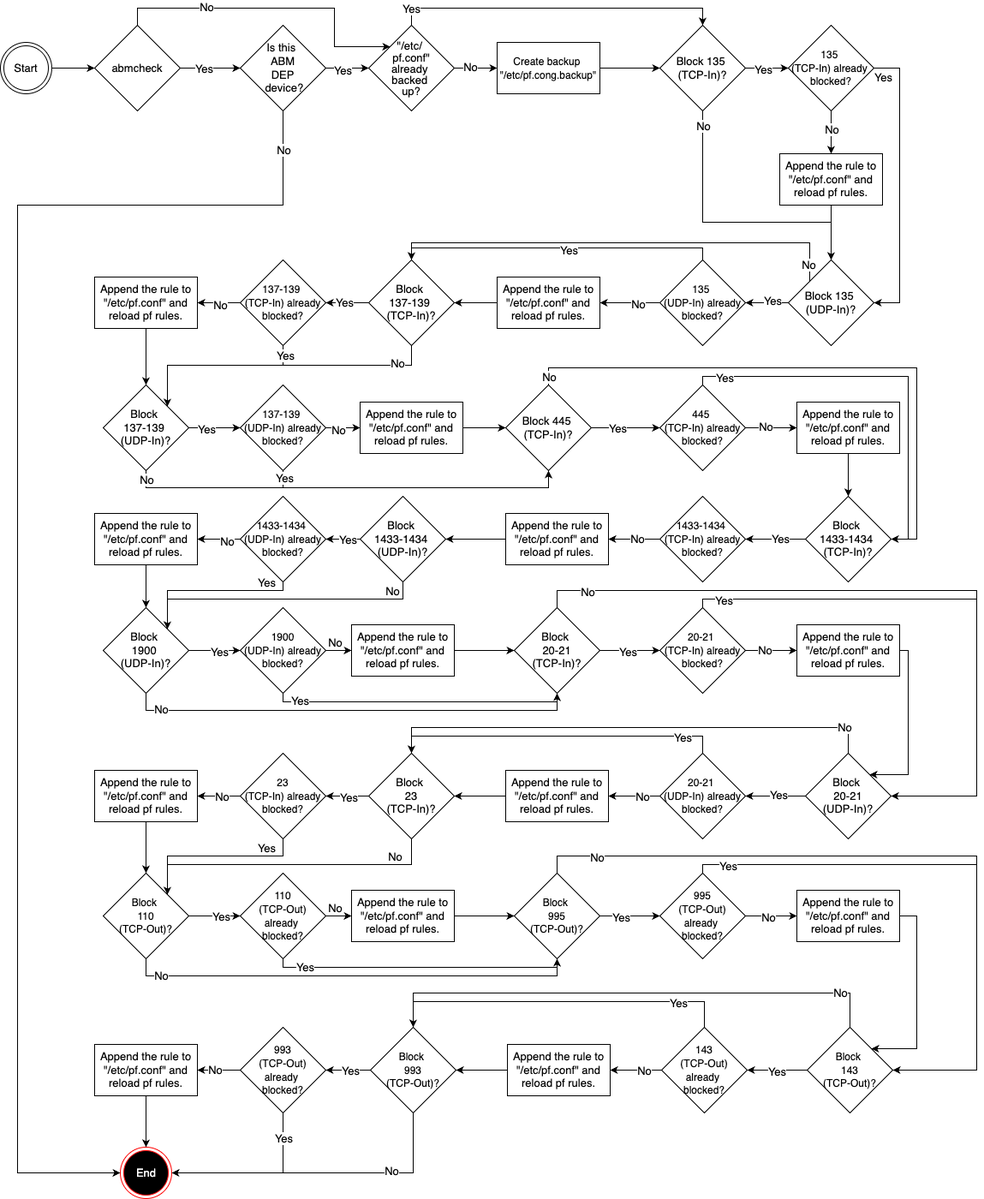
Before: macOS/Config/Firewall/Block Selected Port Numbers from macOS Firewall/Diagram.png, a diagram exported from draw.io (microsoft/shell-intune-samples). Source tidied: cells renumbered, new cells last; positions are measured from the earlier drawing's top-left corner, leaving out a move shared by most shapes.
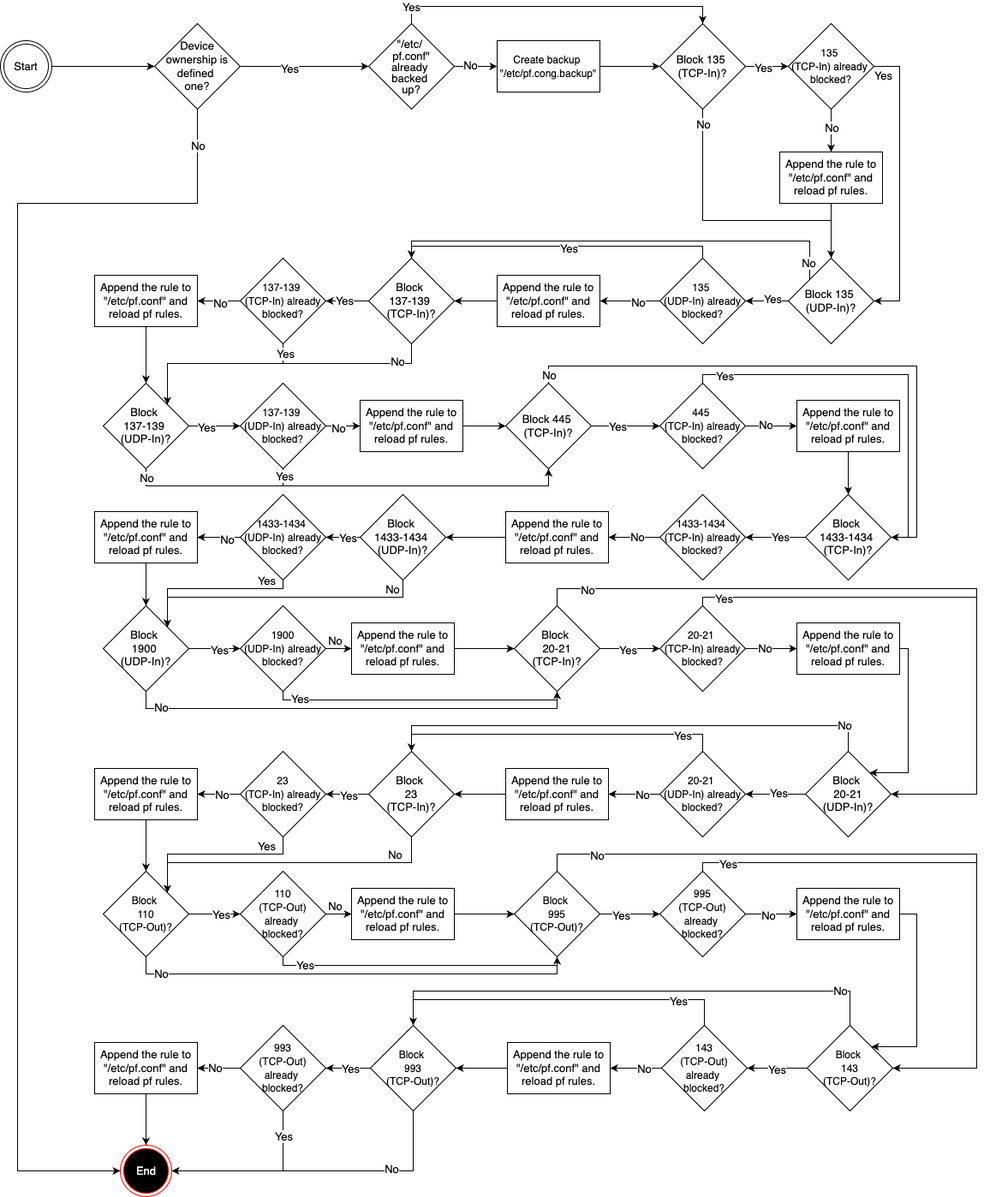
After the commit.

Diff of the diagram source:
```diff
@@ -2,7 +2,7 @@
   <root>
     <mxCell id="0" />
     <mxCell id="1" parent="0" />
-    <mxCell id="2" style="edgeStyle=none;html=1;exitX=1;exitY=0.5;exitDx=0;exitDy=0;entryX=0;entryY=0.5;entryDx=0;entryDy=0;" parent="1" edge="1" source="3" target="197">
+    <mxCell id="2" style="edgeStyle=none;html=1;exitX=1;exitY=0.5;exitDx=0;exitDy=0;entryX=0;entryY=0.5;entryDx=0;entryDy=0;" parent="1" edge="1" source="3" target="192">
       <mxGeometry relative="1" as="geometry" />
     </mxCell>
     <mxCell id="3" value="&lt;font style=&quot;color: rgb(0, 0, 0);&quot;&gt;Start&lt;/font&gt;" style="ellipse;shape=doubleEllipse;html=1;dashed=0;whiteSpace=wrap;fontSize=13;fontColor=#000000;" parent="1" vertex="1">
@@ -704,7 +704,7 @@
     <mxCell id="190" style="edgeStyle=orthogonalEdgeStyle;html=1;exitX=0.5;exitY=1;exitDx=0;exitDy=0;entryX=0;entryY=0.5;entryDx=0;entryDy=0;strokeWidth=1;rounded=0;curved=0;" parent="1" edge="1" source="192" target="139">
       <mxGeometry relative="1" as="geometry">
         <Array as="points">
-          <mxPoint x="330" y="230" />
+          <mxPoint x="230" y="230" />
           <mxPoint x="20" y="230" />
           <mxPoint x="20" y="1360" />
         </Array>
@@ -715,29 +715,8 @@
         <mxPoint x="4" as="offset" />
       </mxGeometry>
     </mxCell>
-    <mxCell id="192" value="&lt;font style=&quot;color: rgb(0, 0, 0);&quot;&gt;Is this&amp;nbsp;&lt;/font&gt;&lt;div&gt;&lt;font style=&quot;color: rgb(0, 0, 0);&quot;&gt;ABM&lt;/font&gt;&lt;div&gt;&lt;font style=&quot;color: rgb(0, 0, 0);&quot;&gt;DEP&lt;/font&gt;&lt;/div&gt;&lt;div&gt;&lt;font style=&quot;color: rgb(0, 0, 0);&quot;&gt;&amp;nbsp;device?&lt;/font&gt;&lt;/div&gt;&lt;/div&gt;" style="rhombus;whiteSpace=wrap;html=1;fontSize=13;fontColor=#000000;align=center;" parent="1" vertex="1">
-      <mxGeometry x="280" y="20" width="100" height="100" as="geometry" />
+    <mxCell id="192" value="Device ownership is defined&amp;nbsp;&lt;div&gt;one?&lt;/div&gt;" style="rhombus;whiteSpace=wrap;html=1;fontSize=13;fontColor=#000000;align=center;" parent="1" vertex="1">
+      <mxGeometry x="180" y="20" width="100" height="100" as="geometry" />
     </mxCell>
-    <mxCell id="193" style="edgeStyle=none;html=1;exitX=1;exitY=0.5;exitDx=0;exitDy=0;entryX=0;entryY=0.5;entryDx=0;entryDy=0;" parent="1" edge="1" source="197" target="192">
-      <mxGeometry relative="1" as="geometry" />
-    </mxCell>
-    <mxCell id="194" value="&lt;font style=&quot;font-size: 13px; color: rgb(0, 0, 0);&quot;&gt;Yes&lt;/font&gt;" style="edgeLabel;html=1;align=center;verticalAlign=middle;" parent="193" vertex="1">
-      <mxGeometry x="-0.23" relative="1" as="geometry" />
-    </mxCell>
-    <mxCell id="195" style="edgeStyle=orthogonalEdgeStyle;html=1;exitX=0.5;exitY=0;exitDx=0;exitDy=0;entryX=0;entryY=0;entryDx=0;entryDy=0;rounded=0;curved=0;" parent="1" edge="1" source="197" target="8">
-      <mxGeometry relative="1" as="geometry">
-        <Array as="points">
-          <mxPoint x="160" />
-          <mxPoint x="390" />
-          <mxPoint x="390" y="45" />
-        </Array>
-      </mxGeometry>
-    </mxCell>
-    <mxCell id="196" value="&lt;font style=&quot;font-size: 13px; color: rgb(0, 0, 0);&quot;&gt;No&lt;/font&gt;" style="edgeLabel;html=1;align=center;verticalAlign=middle;" parent="195" vertex="1">
-      <mxGeometry x="-0.45" y="2" relative="1" as="geometry" />
-    </mxCell>
-    <mxCell id="197" value="abmcheck" style="rhombus;whiteSpace=wrap;html=1;fontSize=13;fontColor=#000000;align=center;" parent="1" vertex="1">
-      <mxGeometry x="110" y="20" width="100" height="100" as="geometry" />
-    </mxCell>
   </root>
 </mxGraphModel>
```
